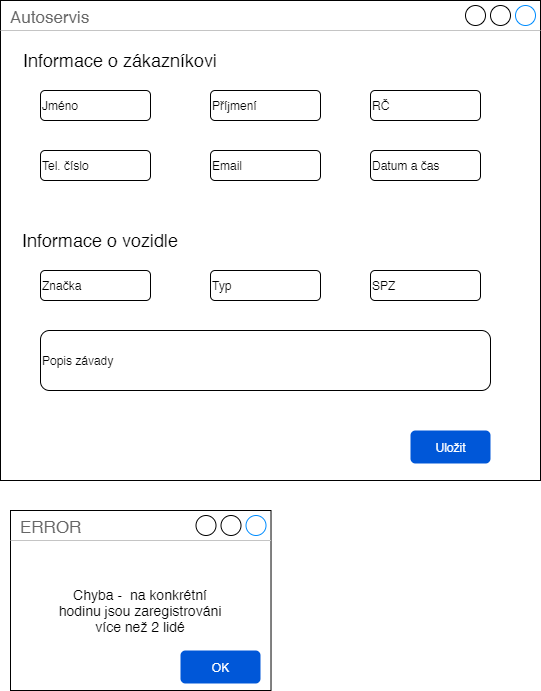
Above: wireframe.png in sidd-1337/SWI-Project1 (draw.io), before the change. Source tidied: cells renumbered, new cells last; positions are measured from the earlier drawing's top-left corner, leaving out a move shared by most shapes.
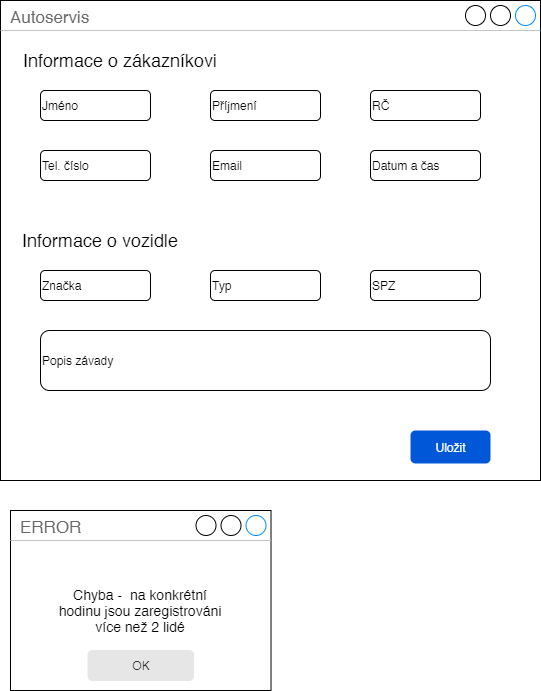
The same diagram one commit later.

What changed in the source:
```diff
@@ -50,8 +50,8 @@
     <mxCell id="17" value="&lt;font style=&quot;font-size: 14px&quot;&gt;Chyba -&amp;nbsp; na konkrétní hodinu jsou zaregistrováni více než 2 lidé&lt;/font&gt;" style="text;html=1;strokeColor=none;fillColor=none;align=center;verticalAlign=middle;whiteSpace=wrap;rounded=0;" parent="1" vertex="1">
       <mxGeometry x="55.3" y="570" width="170" height="80" as="geometry" />
     </mxCell>
-    <mxCell id="18" value="OK" style="rounded=1;fillColor=#0057D8;align=center;strokeColor=none;html=1;fontColor=#ffffff;fontSize=12;" parent="1" vertex="1">
-      <mxGeometry x="180" y="650" width="80" height="33" as="geometry" />
+    <mxCell id="18" value="&lt;font style=&quot;font-size: 12px&quot;&gt;OK&lt;/font&gt;" style="rounded=1;html=1;shadow=0;dashed=0;whiteSpace=wrap;fontSize=10;fillColor=#E6E6E6;align=center;strokeColor=#E6E6E6;fontColor=#333333;" parent="1" vertex="1">
+      <mxGeometry x="87.5" y="650" width="105.5" height="30" as="geometry" />
     </mxCell>
   </root>
 </mxGraphModel>
```
